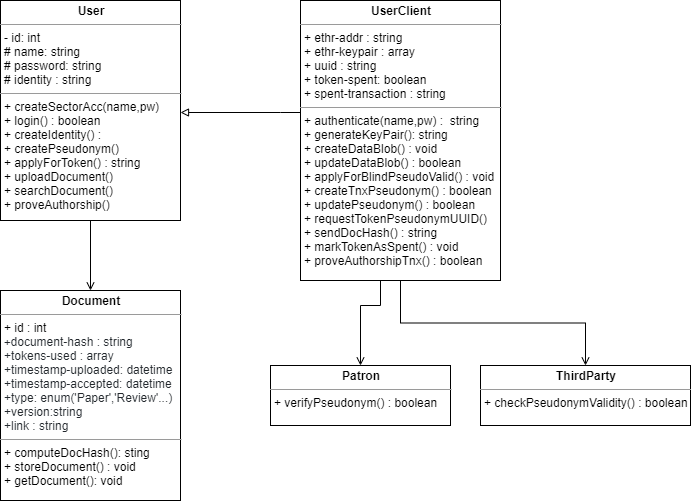
The draw.io diagram identity-group/sequence-diagram/class diagram.png in clecap/sector-coop, before a commit. Source tidied: cells renumbered, new cells last; positions are measured from the earlier drawing's top-left corner, leaving out a move shared by most shapes. Source of this version:
```xml
<mxGraphModel>
  <root>
    <mxCell id="0" />
    <mxCell id="1" parent="0" />
    <mxCell id="2" style="edgeStyle=orthogonalEdgeStyle;rounded=0;jettySize=auto;html=1;entryX=0.5;entryY=0;entryDx=0;entryDy=0;endArrow=open;endFill=0;" parent="1" edge="1" source="3" target="8">
      <mxGeometry relative="1" as="geometry" />
    </mxCell>
    <mxCell id="3" value="&lt;p style=&quot;margin: 0px ; margin-top: 4px ; text-align: center&quot;&gt;&lt;b&gt;User&lt;/b&gt;&lt;/p&gt;&lt;hr size=&quot;1&quot;&gt;&lt;p style=&quot;margin: 0px ; margin-left: 4px&quot;&gt;- id: int&lt;/p&gt;&lt;p style=&quot;margin: 0px ; margin-left: 4px&quot;&gt;# name: string&lt;/p&gt;&lt;p style=&quot;margin: 0px ; margin-left: 4px&quot;&gt;# password: string&lt;/p&gt;&lt;p style=&quot;margin: 0px ; margin-left: 4px&quot;&gt;# identity : string&amp;nbsp;&lt;/p&gt;&lt;hr size=&quot;1&quot;&gt;&lt;p style=&quot;margin: 0px ; margin-left: 4px&quot;&gt;+ createSectorAcc(name,pw)&lt;/p&gt;&lt;p style=&quot;margin: 0px ; margin-left: 4px&quot;&gt;+ login() : boolean&lt;/p&gt;&lt;p style=&quot;margin: 0px ; margin-left: 4px&quot;&gt;+ createIdentity() :&amp;nbsp;&lt;/p&gt;&lt;p style=&quot;margin: 0px ; margin-left: 4px&quot;&gt;+ createPseudonym()&amp;nbsp;&lt;/p&gt;&lt;p style=&quot;margin: 0px ; margin-left: 4px&quot;&gt;+ applyForToken() : string&lt;/p&gt;&lt;p style=&quot;margin: 0px ; margin-left: 4px&quot;&gt;+ uploadDocument()&amp;nbsp;&lt;/p&gt;&lt;p style=&quot;margin: 0px ; margin-left: 4px&quot;&gt;+ searchDocument()&lt;/p&gt;&lt;p style=&quot;margin: 0px ; margin-left: 4px&quot;&gt;+ proveAuthorship()&lt;/p&gt;&lt;p style=&quot;margin: 0px ; margin-left: 4px&quot;&gt;&lt;br&gt;&lt;/p&gt;&lt;p style=&quot;margin: 0px ; margin-left: 4px&quot;&gt;&lt;br&gt;&lt;/p&gt;" style="verticalAlign=top;align=left;overflow=fill;fontSize=12;fontFamily=Helvetica;html=1;" parent="1" vertex="1">
      <mxGeometry width="180" height="220" as="geometry" />
    </mxCell>
    <mxCell id="4" style="edgeStyle=orthogonalEdgeStyle;rounded=0;jettySize=auto;html=1;endArrow=block;endFill=0;" parent="1" edge="1" source="7">
      <mxGeometry relative="1" as="geometry">
        <mxPoint x="180" y="112" as="targetPoint" />
        <Array as="points">
          <mxPoint x="280" y="112" />
          <mxPoint x="280" y="112" />
        </Array>
      </mxGeometry>
    </mxCell>
    <mxCell id="5" style="edgeStyle=orthogonalEdgeStyle;rounded=0;jettySize=auto;html=1;entryX=0.5;entryY=0;entryDx=0;entryDy=0;endArrow=open;endFill=0;" parent="1" edge="1" source="7" target="9">
      <mxGeometry relative="1" as="geometry">
        <Array as="points">
          <mxPoint x="380" y="305" />
          <mxPoint x="360" y="305" />
        </Array>
      </mxGeometry>
    </mxCell>
    <mxCell id="6" style="edgeStyle=orthogonalEdgeStyle;rounded=0;jettySize=auto;html=1;endArrow=open;endFill=0;" parent="1" edge="1" source="7" target="10">
      <mxGeometry relative="1" as="geometry" />
    </mxCell>
    <mxCell id="7" value="&lt;p style=&quot;margin: 0px ; margin-top: 4px ; text-align: center&quot;&gt;&lt;b&gt;UserClient&lt;/b&gt;&lt;/p&gt;&lt;hr size=&quot;1&quot;&gt;&lt;p style=&quot;margin: 0px ; margin-left: 4px&quot;&gt;+ ethr-addr : string&amp;nbsp;&lt;/p&gt;&lt;p style=&quot;margin: 0px ; margin-left: 4px&quot;&gt;+ ethr-keypair : array&lt;/p&gt;&lt;p style=&quot;margin: 0px ; margin-left: 4px&quot;&gt;+ uuid : string&lt;/p&gt;&lt;p style=&quot;margin: 0px ; margin-left: 4px&quot;&gt;+ token-spent: boolean&lt;/p&gt;&lt;p style=&quot;margin: 0px ; margin-left: 4px&quot;&gt;+ spent-transaction : string&lt;/p&gt;&lt;hr size=&quot;1&quot;&gt;&lt;p style=&quot;margin: 0px ; margin-left: 4px&quot;&gt;+ authenticate(name,pw) :&amp;nbsp; string&lt;/p&gt;&lt;p style=&quot;margin: 0px ; margin-left: 4px&quot;&gt;+ generateKeyPair(): string&lt;/p&gt;&lt;p style=&quot;margin: 0px ; margin-left: 4px&quot;&gt;+ createDataBlob() : void&lt;/p&gt;&lt;p style=&quot;margin: 0px ; margin-left: 4px&quot;&gt;+ updateDataBlob() : boolean&lt;/p&gt;&lt;p style=&quot;margin: 0px ; margin-left: 4px&quot;&gt;+ applyForBlindPseudoValid() : void&lt;/p&gt;&lt;p style=&quot;margin: 0px ; margin-left: 4px&quot;&gt;+ createTnxPseudonym() : boolean&lt;/p&gt;&lt;p style=&quot;margin: 0px ; margin-left: 4px&quot;&gt;+ updatePseudonym() : boolean&lt;/p&gt;&lt;p style=&quot;margin: 0px ; margin-left: 4px&quot;&gt;+ requestTokenPseudonymUUID()&lt;/p&gt;&lt;p style=&quot;margin: 0px ; margin-left: 4px&quot;&gt;+ sendDocHash() : string&amp;nbsp;&lt;/p&gt;&lt;p style=&quot;margin: 0px ; margin-left: 4px&quot;&gt;+ markTokenAsSpent() : void&lt;/p&gt;&lt;p style=&quot;margin: 0px ; margin-left: 4px&quot;&gt;+ proveAuthorshipTnx() : boolean&lt;/p&gt;&lt;p style=&quot;margin: 0px ; margin-left: 4px&quot;&gt;&lt;br&gt;&lt;/p&gt;" style="verticalAlign=top;align=left;overflow=fill;fontSize=12;fontFamily=Helvetica;html=1;" parent="1" vertex="1">
      <mxGeometry x="300" width="200" height="280" as="geometry" />
    </mxCell>
    <mxCell id="8" value="&lt;p style=&quot;margin: 0px ; margin-top: 4px ; text-align: center&quot;&gt;&lt;b&gt;Document&lt;/b&gt;&lt;/p&gt;&lt;hr size=&quot;1&quot;&gt;&lt;p style=&quot;margin: 0px 0px 0px 4px&quot;&gt;&lt;font style=&quot;font-size: 12px&quot;&gt;+ id : int&lt;/font&gt;&lt;/p&gt;&lt;p style=&quot;margin: 0px 0px 0px 4px&quot;&gt;&lt;font color=&quot;#24292e&quot; style=&quot;font-size: 12px&quot;&gt;&lt;font face=&quot;SFMono-Regular, Consolas, Liberation Mono, Menlo, monospace&quot; style=&quot;font-size: 12px&quot;&gt;+&lt;/font&gt;document-hash : string&lt;/font&gt;&lt;/p&gt;&lt;p style=&quot;margin: 0px 0px 0px 4px&quot;&gt;&lt;font color=&quot;#24292e&quot; style=&quot;font-size: 12px&quot;&gt;+tokens-used : array&lt;/font&gt;&lt;/p&gt;&lt;p style=&quot;margin: 0px 0px 0px 4px&quot;&gt;&lt;font color=&quot;#24292e&quot; style=&quot;font-size: 12px&quot;&gt;+timestamp-uploaded: datetime&lt;/font&gt;&lt;/p&gt;&lt;p style=&quot;margin: 0px 0px 0px 4px&quot;&gt;&lt;font color=&quot;#24292e&quot; style=&quot;font-size: 12px&quot;&gt;+timestamp-accepted: datetime&lt;/font&gt;&lt;/p&gt;&lt;p style=&quot;margin: 0px 0px 0px 4px&quot;&gt;&lt;font color=&quot;#24292e&quot; style=&quot;font-size: 12px&quot;&gt;+type: enum('Paper','Review'...)&lt;/font&gt;&lt;/p&gt;&lt;p style=&quot;margin: 0px 0px 0px 4px&quot;&gt;&lt;font color=&quot;#24292e&quot; style=&quot;font-size: 12px&quot;&gt;+version:string&lt;/font&gt;&lt;/p&gt;&lt;p style=&quot;margin: 0px 0px 0px 4px&quot;&gt;&lt;font color=&quot;#24292e&quot;&gt;+link : string&lt;/font&gt;&lt;/p&gt;&lt;hr size=&quot;1&quot;&gt;&lt;p style=&quot;margin: 0px ; margin-left: 4px&quot;&gt;+ computeDocHash(): sting&lt;/p&gt;&lt;p style=&quot;margin: 0px ; margin-left: 4px&quot;&gt;+ storeDocument() : void&lt;/p&gt;&lt;p style=&quot;margin: 0px ; margin-left: 4px&quot;&gt;+ getDocument(): void&amp;nbsp;&lt;/p&gt;" style="verticalAlign=top;align=left;overflow=fill;fontSize=12;fontFamily=Helvetica;html=1;" parent="1" vertex="1">
      <mxGeometry y="290" width="180" height="210" as="geometry" />
    </mxCell>
    <mxCell id="9" value="&lt;p style=&quot;margin: 0px ; margin-top: 4px ; text-align: center&quot;&gt;&lt;b&gt;Patron&lt;/b&gt;&lt;/p&gt;&lt;hr size=&quot;1&quot;&gt;&lt;p style=&quot;margin: 0px ; margin-left: 4px&quot;&gt;+ verifyPseudonym() : boolean&lt;/p&gt;" style="verticalAlign=top;align=left;overflow=fill;fontSize=12;fontFamily=Helvetica;html=1;" parent="1" vertex="1">
      <mxGeometry x="270" y="365" width="180" height="60" as="geometry" />
    </mxCell>
    <mxCell id="10" value="&lt;p style=&quot;margin: 0px ; margin-top: 4px ; text-align: center&quot;&gt;&lt;b&gt;ThirdParty&lt;/b&gt;&lt;/p&gt;&lt;hr size=&quot;1&quot;&gt;&lt;p style=&quot;margin: 0px ; margin-left: 4px&quot;&gt;+ checkPseudonymValidity() : boolean&lt;/p&gt;" style="verticalAlign=top;align=left;overflow=fill;fontSize=12;fontFamily=Helvetica;html=1;" parent="1" vertex="1">
      <mxGeometry x="480" y="365" width="210" height="60" as="geometry" />
    </mxCell>
  </root>
</mxGraphModel>
```
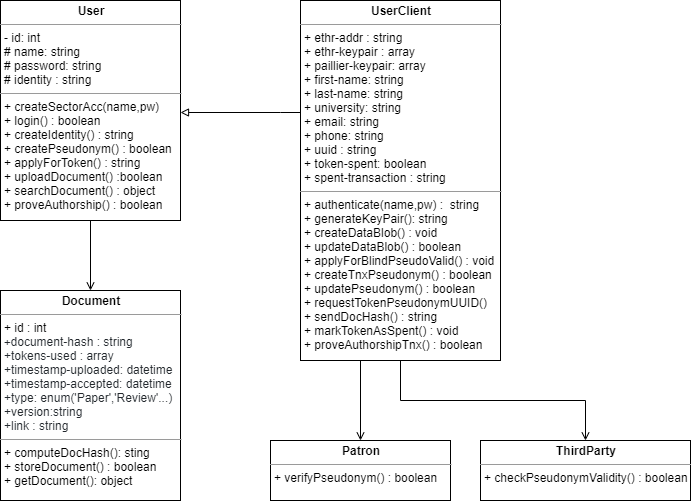
Above is the later version.

What changed in the source:
```diff
@@ -5,7 +5,7 @@
     <mxCell id="2" style="edgeStyle=orthogonalEdgeStyle;rounded=0;jettySize=auto;html=1;entryX=0.5;entryY=0;entryDx=0;entryDy=0;endArrow=open;endFill=0;" parent="1" edge="1" source="3" target="8">
       <mxGeometry relative="1" as="geometry" />
     </mxCell>
-    <mxCell id="3" value="&lt;p style=&quot;margin: 0px ; margin-top: 4px ; text-align: center&quot;&gt;&lt;b&gt;User&lt;/b&gt;&lt;/p&gt;&lt;hr size=&quot;1&quot;&gt;&lt;p style=&quot;margin: 0px ; margin-left: 4px&quot;&gt;- id: int&lt;/p&gt;&lt;p style=&quot;margin: 0px ; margin-left: 4px&quot;&gt;# name: string&lt;/p&gt;&lt;p style=&quot;margin: 0px ; margin-left: 4px&quot;&gt;# password: string&lt;/p&gt;&lt;p style=&quot;margin: 0px ; margin-left: 4px&quot;&gt;# identity : string&amp;nbsp;&lt;/p&gt;&lt;hr size=&quot;1&quot;&gt;&lt;p style=&quot;margin: 0px ; margin-left: 4px&quot;&gt;+ createSectorAcc(name,pw)&lt;/p&gt;&lt;p style=&quot;margin: 0px ; margin-left: 4px&quot;&gt;+ login() : boolean&lt;/p&gt;&lt;p style=&quot;margin: 0px ; margin-left: 4px&quot;&gt;+ createIdentity() :&amp;nbsp;&lt;/p&gt;&lt;p style=&quot;margin: 0px ; margin-left: 4px&quot;&gt;+ createPseudonym()&amp;nbsp;&lt;/p&gt;&lt;p style=&quot;margin: 0px ; margin-left: 4px&quot;&gt;+ applyForToken() : string&lt;/p&gt;&lt;p style=&quot;margin: 0px ; margin-left: 4px&quot;&gt;+ uploadDocument()&amp;nbsp;&lt;/p&gt;&lt;p style=&quot;margin: 0px ; margin-left: 4px&quot;&gt;+ searchDocument()&lt;/p&gt;&lt;p style=&quot;margin: 0px ; margin-left: 4px&quot;&gt;+ proveAuthorship()&lt;/p&gt;&lt;p style=&quot;margin: 0px ; margin-left: 4px&quot;&gt;&lt;br&gt;&lt;/p&gt;&lt;p style=&quot;margin: 0px ; margin-left: 4px&quot;&gt;&lt;br&gt;&lt;/p&gt;" style="verticalAlign=top;align=left;overflow=fill;fontSize=12;fontFamily=Helvetica;html=1;" parent="1" vertex="1">
+    <mxCell id="3" value="&lt;p style=&quot;margin: 0px ; margin-top: 4px ; text-align: center&quot;&gt;&lt;b&gt;User&lt;/b&gt;&lt;/p&gt;&lt;hr size=&quot;1&quot;&gt;&lt;p style=&quot;margin: 0px ; margin-left: 4px&quot;&gt;- id: int&lt;/p&gt;&lt;p style=&quot;margin: 0px ; margin-left: 4px&quot;&gt;# name: string&lt;/p&gt;&lt;p style=&quot;margin: 0px ; margin-left: 4px&quot;&gt;# password: string&lt;/p&gt;&lt;p style=&quot;margin: 0px ; margin-left: 4px&quot;&gt;# identity : string&amp;nbsp;&lt;/p&gt;&lt;hr size=&quot;1&quot;&gt;&lt;p style=&quot;margin: 0px ; margin-left: 4px&quot;&gt;+ createSectorAcc(name,pw)&lt;/p&gt;&lt;p style=&quot;margin: 0px ; margin-left: 4px&quot;&gt;+ login() : boolean&lt;/p&gt;&lt;p style=&quot;margin: 0px ; margin-left: 4px&quot;&gt;+ createIdentity() : string&lt;/p&gt;&lt;p style=&quot;margin: 0px ; margin-left: 4px&quot;&gt;+ createPseudonym() : boolean&lt;/p&gt;&lt;p style=&quot;margin: 0px ; margin-left: 4px&quot;&gt;+ applyForToken() : string&lt;/p&gt;&lt;p style=&quot;margin: 0px ; margin-left: 4px&quot;&gt;+ uploadDocument() :boolean&lt;/p&gt;&lt;p style=&quot;margin: 0px ; margin-left: 4px&quot;&gt;+ searchDocument() : object&lt;/p&gt;&lt;p style=&quot;margin: 0px ; margin-left: 4px&quot;&gt;+ proveAuthorship() : boolean&lt;/p&gt;&lt;p style=&quot;margin: 0px ; margin-left: 4px&quot;&gt;&lt;br&gt;&lt;/p&gt;&lt;p style=&quot;margin: 0px ; margin-left: 4px&quot;&gt;&lt;br&gt;&lt;/p&gt;" style="verticalAlign=top;align=left;overflow=fill;fontSize=12;fontFamily=Helvetica;html=1;" parent="1" vertex="1">
       <mxGeometry width="180" height="220" as="geometry" />
     </mxCell>
     <mxCell id="4" style="edgeStyle=orthogonalEdgeStyle;rounded=0;jettySize=auto;html=1;endArrow=block;endFill=0;" parent="1" edge="1" source="7">
@@ -28,17 +28,17 @@
     <mxCell id="6" style="edgeStyle=orthogonalEdgeStyle;rounded=0;jettySize=auto;html=1;endArrow=open;endFill=0;" parent="1" edge="1" source="7" target="10">
       <mxGeometry relative="1" as="geometry" />
     </mxCell>
-    <mxCell id="7" value="&lt;p style=&quot;margin: 0px ; margin-top: 4px ; text-align: center&quot;&gt;&lt;b&gt;UserClient&lt;/b&gt;&lt;/p&gt;&lt;hr size=&quot;1&quot;&gt;&lt;p style=&quot;margin: 0px ; margin-left: 4px&quot;&gt;+ ethr-addr : string&amp;nbsp;&lt;/p&gt;&lt;p style=&quot;margin: 0px ; margin-left: 4px&quot;&gt;+ ethr-keypair : array&lt;/p&gt;&lt;p style=&quot;margin: 0px ; margin-left: 4px&quot;&gt;+ uuid : string&lt;/p&gt;&lt;p style=&quot;margin: 0px ; margin-left: 4px&quot;&gt;+ token-spent: boolean&lt;/p&gt;&lt;p style=&quot;margin: 0px ; margin-left: 4px&quot;&gt;+ spent-transaction : string&lt;/p&gt;&lt;hr size=&quot;1&quot;&gt;&lt;p style=&quot;margin: 0px ; margin-left: 4px&quot;&gt;+ authenticate(name,pw) :&amp;nbsp; string&lt;/p&gt;&lt;p style=&quot;margin: 0px ; margin-left: 4px&quot;&gt;+ generateKeyPair(): string&lt;/p&gt;&lt;p style=&quot;margin: 0px ; margin-left: 4px&quot;&gt;+ createDataBlob() : void&lt;/p&gt;&lt;p style=&quot;margin: 0px ; margin-left: 4px&quot;&gt;+ updateDataBlob() : boolean&lt;/p&gt;&lt;p style=&quot;margin: 0px ; margin-left: 4px&quot;&gt;+ applyForBlindPseudoValid() : void&lt;/p&gt;&lt;p style=&quot;margin: 0px ; margin-left: 4px&quot;&gt;+ createTnxPseudonym() : boolean&lt;/p&gt;&lt;p style=&quot;margin: 0px ; margin-left: 4px&quot;&gt;+ updatePseudonym() : boolean&lt;/p&gt;&lt;p style=&quot;margin: 0px ; margin-left: 4px&quot;&gt;+ requestTokenPseudonymUUID()&lt;/p&gt;&lt;p style=&quot;margin: 0px ; margin-left: 4px&quot;&gt;+ sendDocHash() : string&amp;nbsp;&lt;/p&gt;&lt;p style=&quot;margin: 0px ; margin-left: 4px&quot;&gt;+ markTokenAsSpent() : void&lt;/p&gt;&lt;p style=&quot;margin: 0px ; margin-left: 4px&quot;&gt;+ proveAuthorshipTnx() : boolean&lt;/p&gt;&lt;p style=&quot;margin: 0px ; margin-left: 4px&quot;&gt;&lt;br&gt;&lt;/p&gt;" style="verticalAlign=top;align=left;overflow=fill;fontSize=12;fontFamily=Helvetica;html=1;" parent="1" vertex="1">
-      <mxGeometry x="300" width="200" height="280" as="geometry" />
+    <mxCell id="7" value="&lt;p style=&quot;margin: 0px ; margin-top: 4px ; text-align: center&quot;&gt;&lt;b&gt;UserClient&lt;/b&gt;&lt;/p&gt;&lt;hr size=&quot;1&quot;&gt;&lt;p style=&quot;margin: 0px ; margin-left: 4px&quot;&gt;+ ethr-addr : string&amp;nbsp;&lt;/p&gt;&lt;p style=&quot;margin: 0px ; margin-left: 4px&quot;&gt;+ ethr-keypair : array&lt;/p&gt;&lt;p style=&quot;margin: 0px ; margin-left: 4px&quot;&gt;+ paillier-keypair: array&lt;/p&gt;&lt;p style=&quot;margin: 0px ; margin-left: 4px&quot;&gt;+ first-name: string&lt;/p&gt;&lt;p style=&quot;margin: 0px ; margin-left: 4px&quot;&gt;+ last-name: string&lt;/p&gt;&lt;p style=&quot;margin: 0px ; margin-left: 4px&quot;&gt;+ university: string&lt;/p&gt;&lt;p style=&quot;margin: 0px ; margin-left: 4px&quot;&gt;+ email: string&lt;/p&gt;&lt;p style=&quot;margin: 0px ; margin-left: 4px&quot;&gt;+ phone: string&lt;/p&gt;&lt;p style=&quot;margin: 0px ; margin-left: 4px&quot;&gt;+ uuid : string&lt;/p&gt;&lt;p style=&quot;margin: 0px ; margin-left: 4px&quot;&gt;+ token-spent: boolean&lt;/p&gt;&lt;p style=&quot;margin: 0px ; margin-left: 4px&quot;&gt;+ spent-transaction : string&lt;/p&gt;&lt;hr size=&quot;1&quot;&gt;&lt;p style=&quot;margin: 0px ; margin-left: 4px&quot;&gt;+ authenticate(name,pw) :&amp;nbsp; string&lt;/p&gt;&lt;p style=&quot;margin: 0px ; margin-left: 4px&quot;&gt;+ generateKeyPair(): string&lt;/p&gt;&lt;p style=&quot;margin: 0px ; margin-left: 4px&quot;&gt;+ createDataBlob() : void&lt;/p&gt;&lt;p style=&quot;margin: 0px ; margin-left: 4px&quot;&gt;+ updateDataBlob() : boolean&lt;/p&gt;&lt;p style=&quot;margin: 0px ; margin-left: 4px&quot;&gt;+ applyForBlindPseudoValid() : void&lt;/p&gt;&lt;p style=&quot;margin: 0px ; margin-left: 4px&quot;&gt;+ createTnxPseudonym() : boolean&lt;/p&gt;&lt;p style=&quot;margin: 0px ; margin-left: 4px&quot;&gt;+ updatePseudonym() : boolean&lt;/p&gt;&lt;p style=&quot;margin: 0px ; margin-left: 4px&quot;&gt;+ requestTokenPseudonymUUID()&lt;/p&gt;&lt;p style=&quot;margin: 0px ; margin-left: 4px&quot;&gt;+ sendDocHash() : string&amp;nbsp;&lt;/p&gt;&lt;p style=&quot;margin: 0px ; margin-left: 4px&quot;&gt;+ markTokenAsSpent() : void&lt;/p&gt;&lt;p style=&quot;margin: 0px ; margin-left: 4px&quot;&gt;+ proveAuthorshipTnx() : boolean&lt;/p&gt;&lt;p style=&quot;margin: 0px ; margin-left: 4px&quot;&gt;&lt;br&gt;&lt;/p&gt;" style="verticalAlign=top;align=left;overflow=fill;fontSize=12;fontFamily=Helvetica;html=1;" parent="1" vertex="1">
+      <mxGeometry x="300" width="200" height="360" as="geometry" />
     </mxCell>
-    <mxCell id="8" value="&lt;p style=&quot;margin: 0px ; margin-top: 4px ; text-align: center&quot;&gt;&lt;b&gt;Document&lt;/b&gt;&lt;/p&gt;&lt;hr size=&quot;1&quot;&gt;&lt;p style=&quot;margin: 0px 0px 0px 4px&quot;&gt;&lt;font style=&quot;font-size: 12px&quot;&gt;+ id : int&lt;/font&gt;&lt;/p&gt;&lt;p style=&quot;margin: 0px 0px 0px 4px&quot;&gt;&lt;font color=&quot;#24292e&quot; style=&quot;font-size: 12px&quot;&gt;&lt;font face=&quot;SFMono-Regular, Consolas, Liberation Mono, Menlo, monospace&quot; style=&quot;font-size: 12px&quot;&gt;+&lt;/font&gt;document-hash : string&lt;/font&gt;&lt;/p&gt;&lt;p style=&quot;margin: 0px 0px 0px 4px&quot;&gt;&lt;font color=&quot;#24292e&quot; style=&quot;font-size: 12px&quot;&gt;+tokens-used : array&lt;/font&gt;&lt;/p&gt;&lt;p style=&quot;margin: 0px 0px 0px 4px&quot;&gt;&lt;font color=&quot;#24292e&quot; style=&quot;font-size: 12px&quot;&gt;+timestamp-uploaded: datetime&lt;/font&gt;&lt;/p&gt;&lt;p style=&quot;margin: 0px 0px 0px 4px&quot;&gt;&lt;font color=&quot;#24292e&quot; style=&quot;font-size: 12px&quot;&gt;+timestamp-accepted: datetime&lt;/font&gt;&lt;/p&gt;&lt;p style=&quot;margin: 0px 0px 0px 4px&quot;&gt;&lt;font color=&quot;#24292e&quot; style=&quot;font-size: 12px&quot;&gt;+type: enum('Paper','Review'...)&lt;/font&gt;&lt;/p&gt;&lt;p style=&quot;margin: 0px 0px 0px 4px&quot;&gt;&lt;font color=&quot;#24292e&quot; style=&quot;font-size: 12px&quot;&gt;+version:string&lt;/font&gt;&lt;/p&gt;&lt;p style=&quot;margin: 0px 0px 0px 4px&quot;&gt;&lt;font color=&quot;#24292e&quot;&gt;+link : string&lt;/font&gt;&lt;/p&gt;&lt;hr size=&quot;1&quot;&gt;&lt;p style=&quot;margin: 0px ; margin-left: 4px&quot;&gt;+ computeDocHash(): sting&lt;/p&gt;&lt;p style=&quot;margin: 0px ; margin-left: 4px&quot;&gt;+ storeDocument() : void&lt;/p&gt;&lt;p style=&quot;margin: 0px ; margin-left: 4px&quot;&gt;+ getDocument(): void&amp;nbsp;&lt;/p&gt;" style="verticalAlign=top;align=left;overflow=fill;fontSize=12;fontFamily=Helvetica;html=1;" parent="1" vertex="1">
+    <mxCell id="8" value="&lt;p style=&quot;margin: 0px ; margin-top: 4px ; text-align: center&quot;&gt;&lt;b&gt;Document&lt;/b&gt;&lt;/p&gt;&lt;hr size=&quot;1&quot;&gt;&lt;p style=&quot;margin: 0px 0px 0px 4px&quot;&gt;&lt;font style=&quot;font-size: 12px&quot;&gt;+ id : int&lt;/font&gt;&lt;/p&gt;&lt;p style=&quot;margin: 0px 0px 0px 4px&quot;&gt;&lt;font color=&quot;#24292e&quot; style=&quot;font-size: 12px&quot;&gt;&lt;font face=&quot;SFMono-Regular, Consolas, Liberation Mono, Menlo, monospace&quot; style=&quot;font-size: 12px&quot;&gt;+&lt;/font&gt;document-hash : string&lt;/font&gt;&lt;/p&gt;&lt;p style=&quot;margin: 0px 0px 0px 4px&quot;&gt;&lt;font color=&quot;#24292e&quot; style=&quot;font-size: 12px&quot;&gt;+tokens-used : array&lt;/font&gt;&lt;/p&gt;&lt;p style=&quot;margin: 0px 0px 0px 4px&quot;&gt;&lt;font color=&quot;#24292e&quot; style=&quot;font-size: 12px&quot;&gt;+timestamp-uploaded: datetime&lt;/font&gt;&lt;/p&gt;&lt;p style=&quot;margin: 0px 0px 0px 4px&quot;&gt;&lt;font color=&quot;#24292e&quot; style=&quot;font-size: 12px&quot;&gt;+timestamp-accepted: datetime&lt;/font&gt;&lt;/p&gt;&lt;p style=&quot;margin: 0px 0px 0px 4px&quot;&gt;&lt;font color=&quot;#24292e&quot; style=&quot;font-size: 12px&quot;&gt;+type: enum('Paper','Review'...)&lt;/font&gt;&lt;/p&gt;&lt;p style=&quot;margin: 0px 0px 0px 4px&quot;&gt;&lt;font color=&quot;#24292e&quot; style=&quot;font-size: 12px&quot;&gt;+version:string&lt;/font&gt;&lt;/p&gt;&lt;p style=&quot;margin: 0px 0px 0px 4px&quot;&gt;&lt;font color=&quot;#24292e&quot;&gt;+link : string&lt;/font&gt;&lt;/p&gt;&lt;hr size=&quot;1&quot;&gt;&lt;p style=&quot;margin: 0px ; margin-left: 4px&quot;&gt;+ computeDocHash(): sting&lt;/p&gt;&lt;p style=&quot;margin: 0px ; margin-left: 4px&quot;&gt;+ storeDocument() : boolean&lt;/p&gt;&lt;p style=&quot;margin: 0px ; margin-left: 4px&quot;&gt;+ getDocument(): object&lt;/p&gt;" style="verticalAlign=top;align=left;overflow=fill;fontSize=12;fontFamily=Helvetica;html=1;" parent="1" vertex="1">
       <mxGeometry y="290" width="180" height="210" as="geometry" />
     </mxCell>
     <mxCell id="9" value="&lt;p style=&quot;margin: 0px ; margin-top: 4px ; text-align: center&quot;&gt;&lt;b&gt;Patron&lt;/b&gt;&lt;/p&gt;&lt;hr size=&quot;1&quot;&gt;&lt;p style=&quot;margin: 0px ; margin-left: 4px&quot;&gt;+ verifyPseudonym() : boolean&lt;/p&gt;" style="verticalAlign=top;align=left;overflow=fill;fontSize=12;fontFamily=Helvetica;html=1;" parent="1" vertex="1">
-      <mxGeometry x="270" y="365" width="180" height="60" as="geometry" />
+      <mxGeometry x="270" y="440" width="180" height="60" as="geometry" />
     </mxCell>
     <mxCell id="10" value="&lt;p style=&quot;margin: 0px ; margin-top: 4px ; text-align: center&quot;&gt;&lt;b&gt;ThirdParty&lt;/b&gt;&lt;/p&gt;&lt;hr size=&quot;1&quot;&gt;&lt;p style=&quot;margin: 0px ; margin-left: 4px&quot;&gt;+ checkPseudonymValidity() : boolean&lt;/p&gt;" style="verticalAlign=top;align=left;overflow=fill;fontSize=12;fontFamily=Helvetica;html=1;" parent="1" vertex="1">
-      <mxGeometry x="480" y="365" width="210" height="60" as="geometry" />
+      <mxGeometry x="480" y="440" width="210" height="60" as="geometry" />
     </mxCell>
   </root>
 </mxGraphModel>
```
